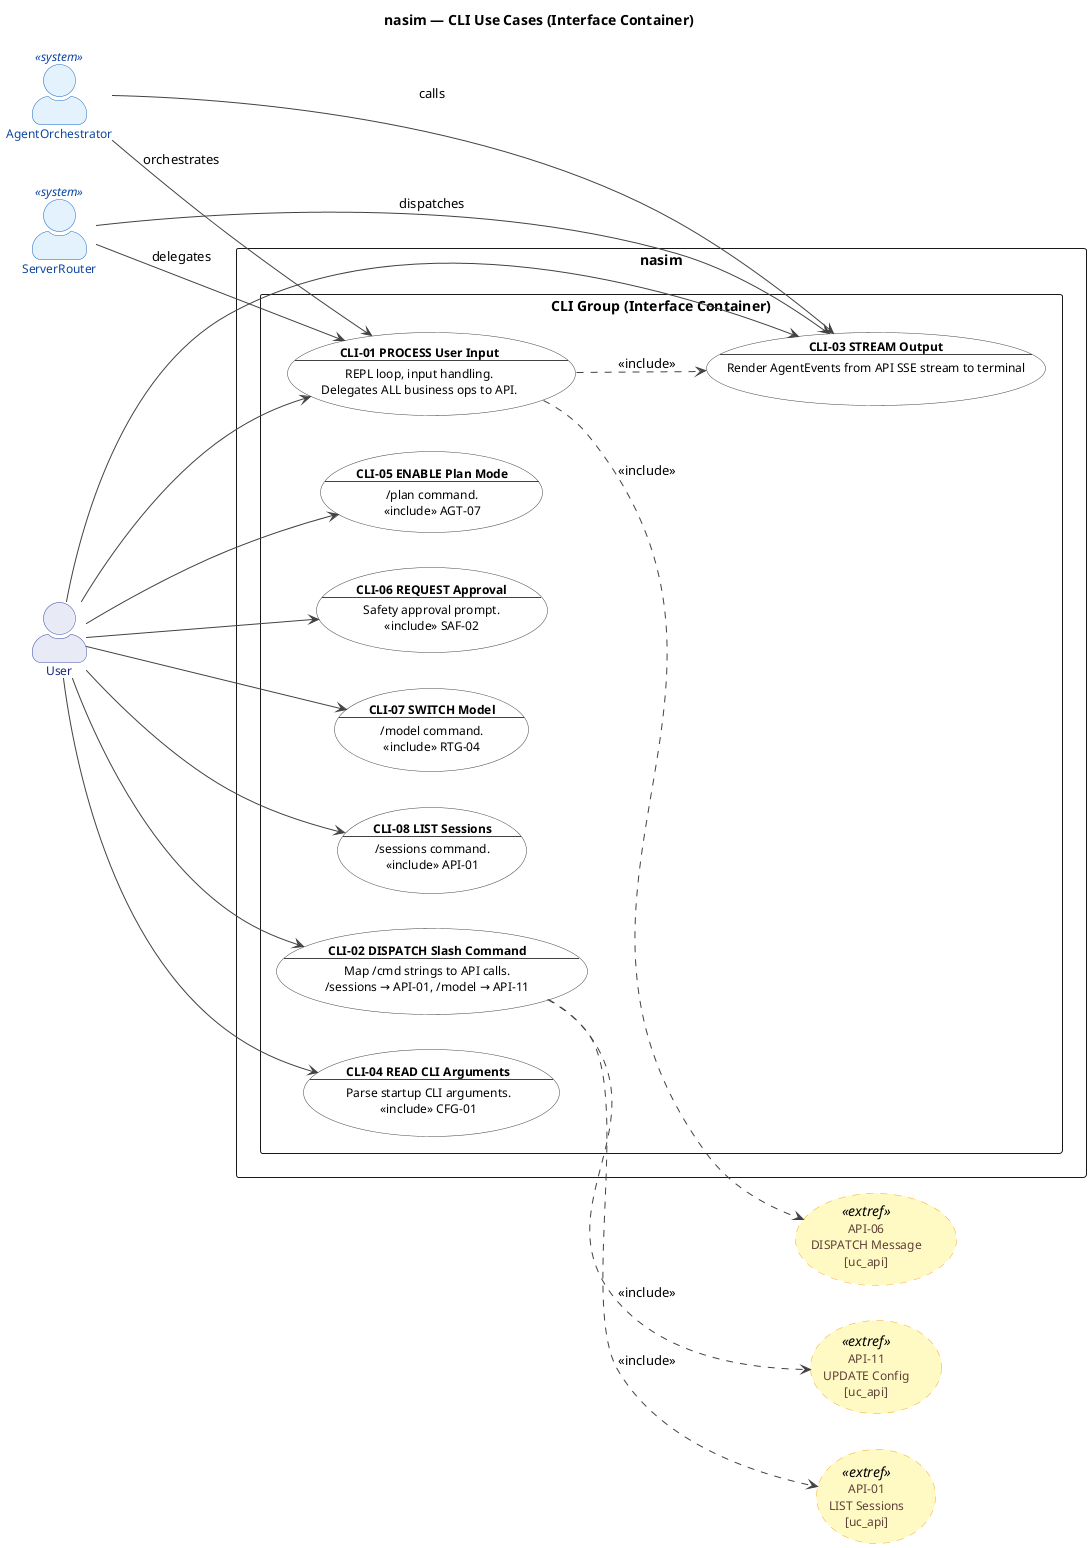
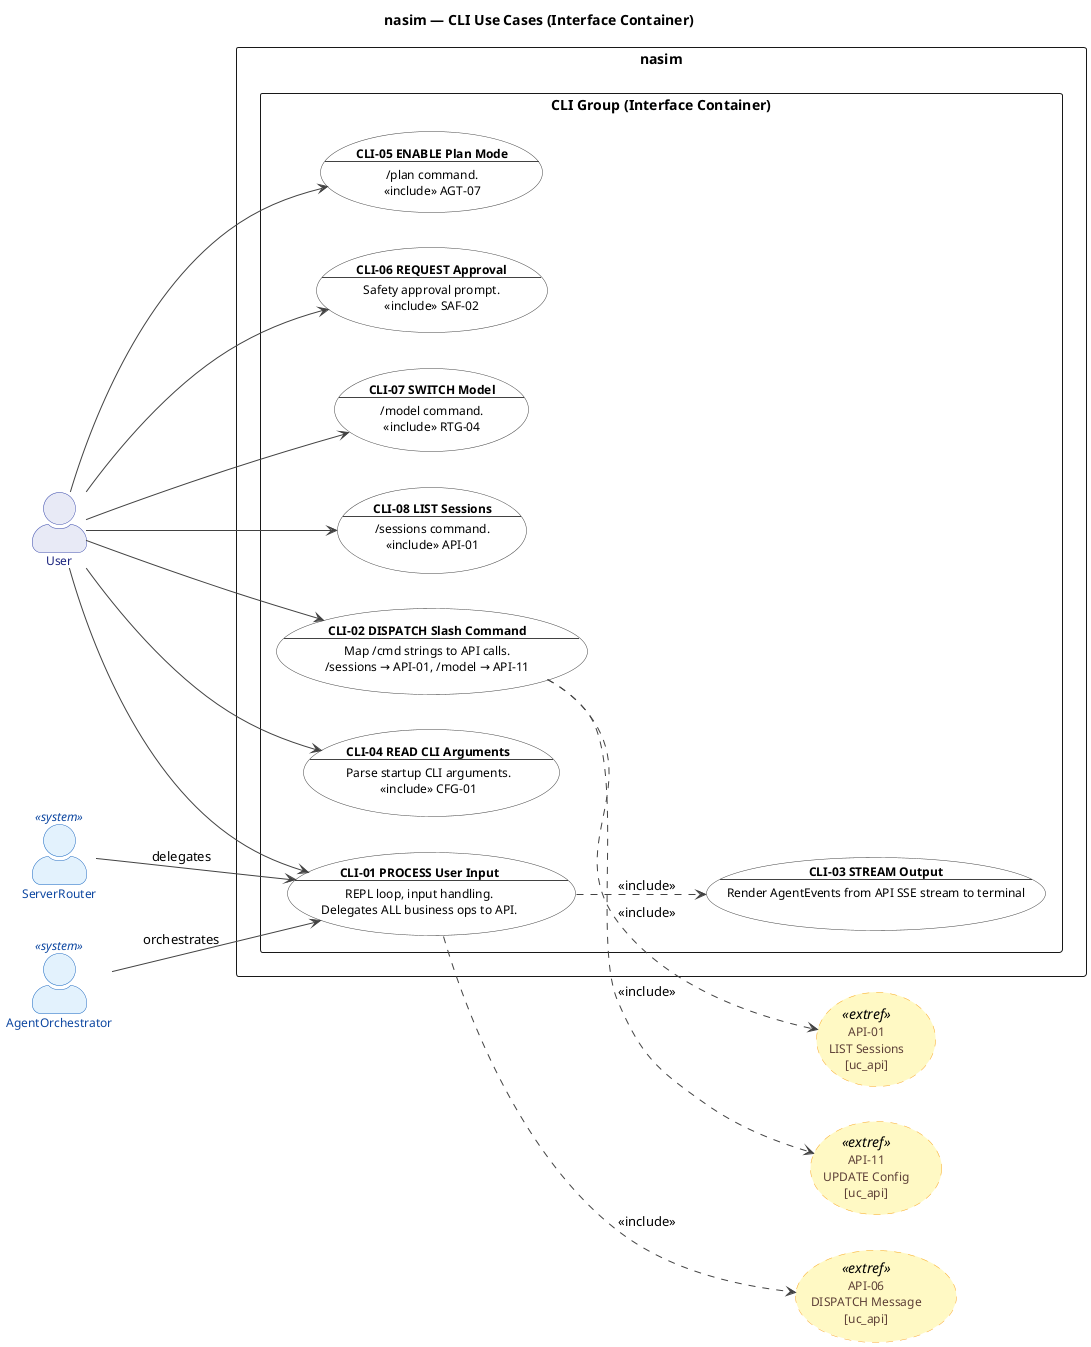
@startuml uc_cli


' ============================================================
' Title:     nasim — UC: CLI Group (Interface Container)
' Group:     CLI (CLI Interface)
' Boundary:  nasim code agent
' Purpose:   CLI-specific interface UCs: REPL, slash commands, rendering.
'            ALL business operations delegate to API (ServerRouter).
'            Entry chain: User → ServerRouter → AgentOrchestrator
' Milestone: v1.0
' Version:   9.1.0
' Source:    docs/ENTITIES.md, docs/UC/README.md
' Review:    CAR refinement loop 2026-06-27
' SQ:        sq_cli01..sq_cli08
' ============================================================


left to right direction


title nasim — CLI Use Cases (Interface Container)


skinparam actorStyle awesome
skinparam packageStyle rectangle


skinparam usecase {
  BackgroundColor #FFFFFF
  BorderColor #424242
  FontColor #000000
  ArrowColor #424242
  FontSize 12
}


skinparam actor {
  BackgroundColor #E8EAF6
  BorderColor #3949AB
  FontColor #1A237E
  FontSize 12
}


skinparam actor<<system>> {
  BackgroundColor #E3F2FD
  BorderColor #1565C0
  FontColor #0D47A1
}


skinparam usecase<<extref>> {
  BackgroundColor #FFF9C4
  BorderColor #F9A825
  FontColor #5D4037
  BorderStyle dashed
}


' ------------------------------------------------------------
' Actors
' ------------------------------------------------------------


actor "User" as User
actor "ServerRouter" as Router <<system>>
actor "AgentOrchestrator" as Agent <<system>>




' ------------------------------------------------------------
' Cross-Group External References
' ------------------------------------------------------------


usecase "API-01\nLIST Sessions\n[uc_api]" as API01_ext <<extref>>
usecase "API-06\nDISPATCH Message\n[uc_api]" as API06_ext <<extref>>
usecase "API-11\nUPDATE Config\n[uc_api]" as API11_ext <<extref>>


' ------------------------------------------------------------
' System Boundary
' ------------------------------------------------------------


rectangle "nasim" {
  package "CLI Group (Interface Container)" {
    usecase "**CLI-01 PROCESS User Input**\n--\nREPL loop, input handling.\nDelegates ALL business ops to API." as CLI01
    usecase "**CLI-02 DISPATCH Slash Command**\n--\nMap /cmd strings to API calls.\n/sessions → API-01, /model → API-11" as CLI02
    usecase "**CLI-03 STREAM Output**\n--\nRender AgentEvents from API SSE stream to terminal" as CLI03
    usecase "**CLI-04 READ CLI Arguments**\n--\nParse startup CLI arguments.\n<<include>> CFG-01" as CLI04
    usecase "**CLI-05 ENABLE Plan Mode**\n--\n/plan command.\n<<include>> AGT-07" as CLI05
    usecase "**CLI-06 REQUEST Approval**\n--\nSafety approval prompt.\n<<include>> SAF-02" as CLI06
    usecase "**CLI-07 SWITCH Model**\n--\n/model command.\n<<include>> RTG-04" as CLI07
    usecase "**CLI-08 LIST Sessions**\n--\n/sessions command.\n<<include>> API-01" as CLI08
  }
}


' ------------------------------------------------------------
' Actor -> Use Case Associations
' ------------------------------------------------------------


User --> CLI01
User --> CLI02
- User --> CLI03
User --> CLI04
User --> CLI05
User --> CLI06
User --> CLI07
User --> CLI08


Router --> CLI01 : delegates
- Router --> CLI03 : dispatches


Agent --> CLI01 : orchestrates
- Agent --> CLI03 : calls


' ------------------------------------------------------------
' Relationships (downward <<include>> only)
' ------------------------------------------------------------


CLI01 ..> CLI03 : <<include>>
CLI01 ..> API06_ext : <<include>>
CLI02 ..> API01_ext : <<include>>
CLI02 ..> API11_ext : <<include>>




@enduml
